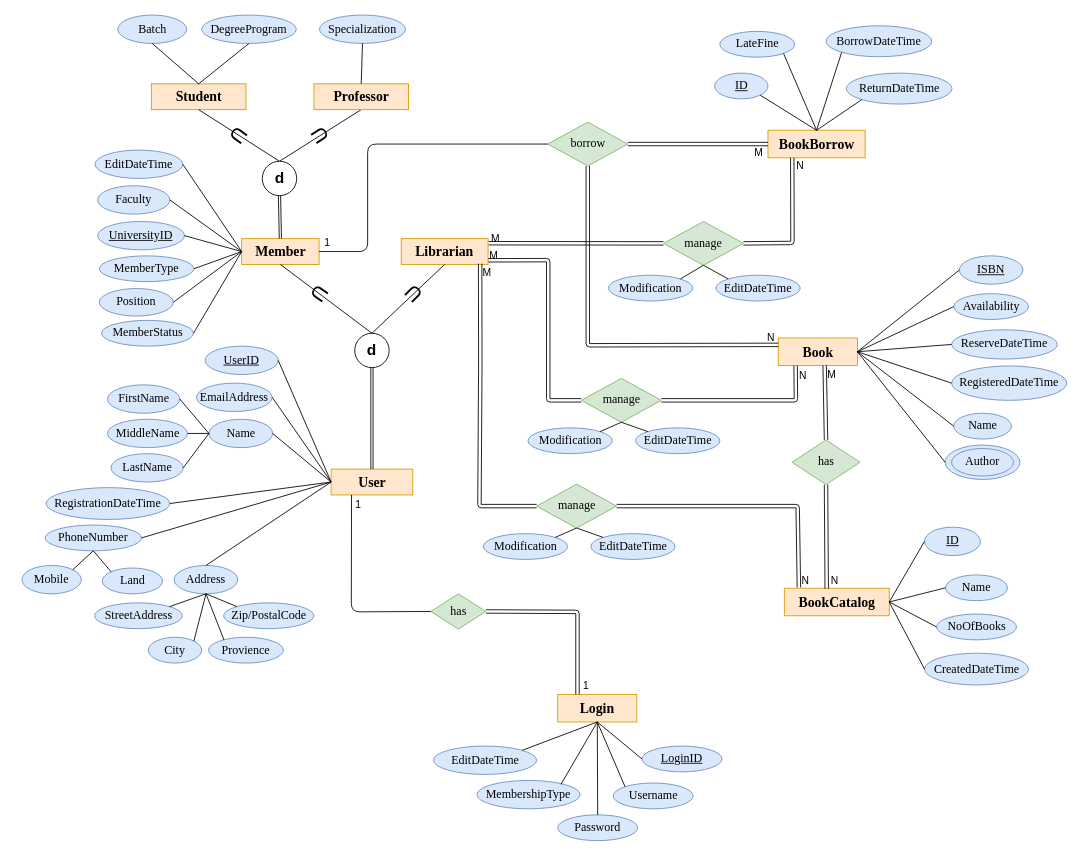
hvlhasanka/Pearson_HND_Computing_Y1S2-Unit10_Web_Design_and_Development keeps this draw.io diagram as Documentation/Database/drawio/lsulibraryDB_EERD.drawio. Above is the earlier version. Source tidied: cells renumbered, new cells numbered last; positions are measured from the earlier drawing's top-left corner, leaving out a move shared by most shapes. Both pictures are drawn from the tidied source at 86%, with x=0, y=0 at pixel (22, 15).
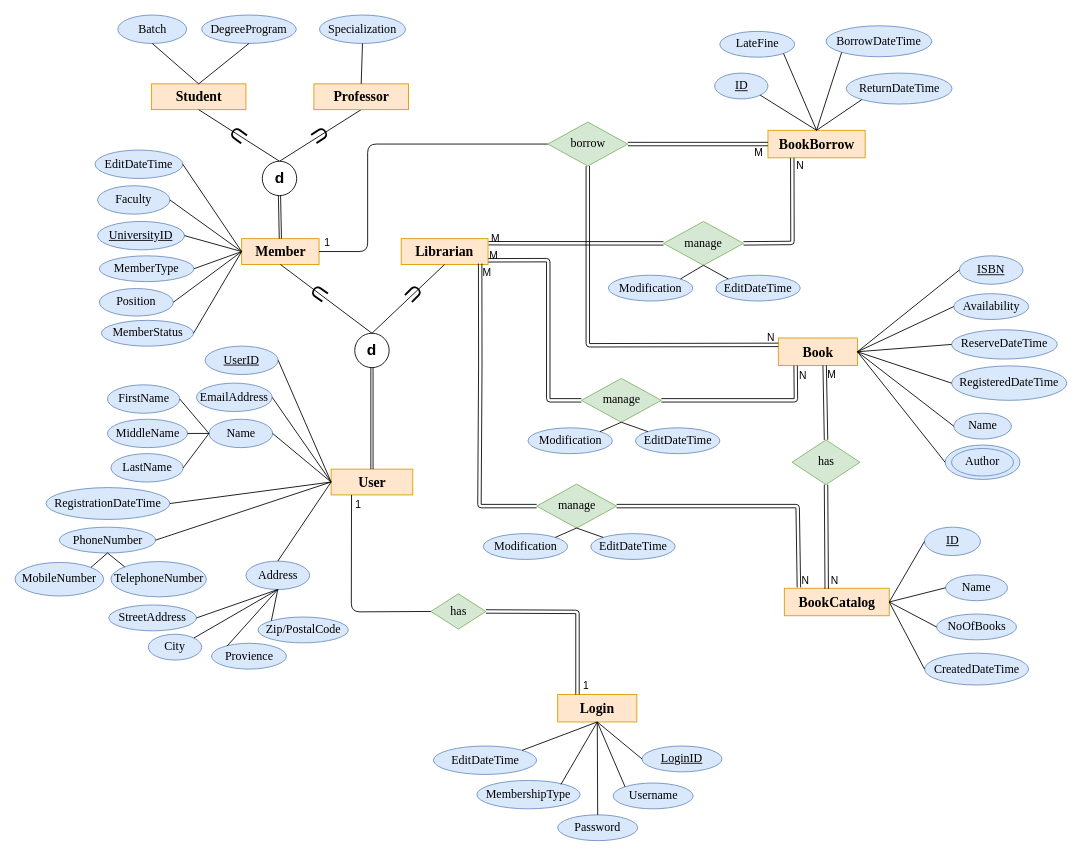
The same page after the edit.

The edit, as a diff of the source:
```diff
@@
     <mxCell id="31" value="Address" style="ellipse;whiteSpace=wrap;html=1;fontFamily=Times New Roman;fontSize=14;fillColor=#dae8fc;strokeColor=#6c8ebf;" parent="1" vertex="1">
-      <mxGeometry x="177" y="640" width="74" height="33" as="geometry" />
+      <mxGeometry x="260.5" y="635" width="74" height="33" as="geometry" />
     </mxCell>
     <mxCell id="32" value="StreetAddress" style="ellipse;whiteSpace=wrap;html=1;fontFamily=Times New Roman;fontSize=14;fillColor=#dae8fc;strokeColor=#6c8ebf;" parent="1" vertex="1">
-      <mxGeometry x="84.5" y="683.5" width="102" height="30" as="geometry" />
+      <mxGeometry x="101" y="686" width="102" height="30" as="geometry" />
     </mxCell>
     <mxCell id="33" value="City" style="ellipse;whiteSpace=wrap;html=1;fontFamily=Times New Roman;fontSize=14;fillColor=#dae8fc;strokeColor=#6c8ebf;" parent="1" vertex="1">
-      <mxGeometry x="147" y="723.5" width="62" height="30" as="geometry" />
+      <mxGeometry x="147" y="720" width="62" height="30" as="geometry" />
     </mxCell>
     <mxCell id="34" value="Provience" style="ellipse;whiteSpace=wrap;html=1;fontFamily=Times New Roman;fontSize=14;fillColor=#dae8fc;strokeColor=#6c8ebf;" parent="1" vertex="1">
-      <mxGeometry x="217" y="723.5" width="87" height="30" as="geometry" />
+      <mxGeometry x="220.5" y="730.5" width="87" height="30" as="geometry" />
     </mxCell>
     <mxCell id="35" value="Zip/PostalCode" style="ellipse;whiteSpace=wrap;html=1;fontFamily=Times New Roman;fontSize=14;fillColor=#dae8fc;strokeColor=#6c8ebf;" parent="1" vertex="1">
-      <mxGeometry x="234.5" y="683.5" width="105" height="30" as="geometry" />
+      <mxGeometry x="274.5" y="700" width="105" height="30" as="geometry" />
     </mxCell>
@@
-    <mxCell id="39" style="endArrow=none;html=1;exitX=1;exitY=0;exitDx=0;exitDy=0;entryX=0.5;entryY=1;entryDx=0;entryDy=0;" parent="1" edge="1" source="32" target="31">
+    <mxCell id="39" style="endArrow=none;html=1;exitX=1;exitY=0.5;exitDx=0;exitDy=0;entryX=0.5;entryY=1;entryDx=0;entryDy=0;" parent="1" edge="1" source="32" target="31">
       <mxGeometry relative="1" as="geometry" />
     </mxCell>
@@
     <mxCell id="46" value="PhoneNumber" style="ellipse;whiteSpace=wrap;html=1;fontFamily=Times New Roman;fontSize=14;fillColor=#dae8fc;strokeColor=#6c8ebf;" parent="1" vertex="1">
-      <mxGeometry x="27" y="593" width="112" height="30" as="geometry" />
+      <mxGeometry x="43.5" y="595.5" width="112" height="30" as="geometry" />
     </mxCell>
-    <mxCell id="47" value="Mobile" style="ellipse;whiteSpace=wrap;html=1;fontFamily=Times New Roman;fontSize=14;fillColor=#dae8fc;strokeColor=#6c8ebf;" parent="1" vertex="1">
-      <mxGeometry y="640" width="69" height="33" as="geometry" />
+    <mxCell id="47" value="MobileNumber" style="ellipse;whiteSpace=wrap;html=1;fontFamily=Times New Roman;fontSize=14;fillColor=#dae8fc;strokeColor=#6c8ebf;" parent="1" vertex="1">
+      <mxGeometry x="-8" y="636.5" width="103" height="39" as="geometry" />
     </mxCell>
-    <mxCell id="48" value="Land" style="ellipse;whiteSpace=wrap;html=1;fontFamily=Times New Roman;fontSize=14;fillColor=#dae8fc;strokeColor=#6c8ebf;" parent="1" vertex="1">
-      <mxGeometry x="93.5" y="643" width="70" height="30" as="geometry" />
+    <mxCell id="48" value="TelephoneNumber" style="ellipse;whiteSpace=wrap;html=1;fontFamily=Times New Roman;fontSize=14;fillColor=#dae8fc;strokeColor=#6c8ebf;" parent="1" vertex="1">
+      <mxGeometry x="103.5" y="635.5" width="111" height="41" as="geometry" />
     </mxCell>
```
